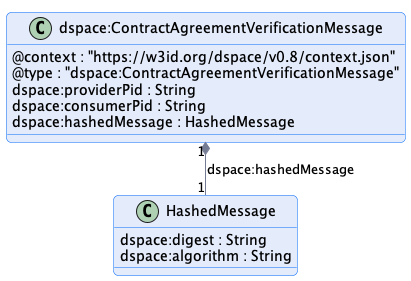
Earlier version of the PlantUML export negotiation/message/diagram/contract-agreement-message.png (International-Data-Spaces-Association/ids-specification).
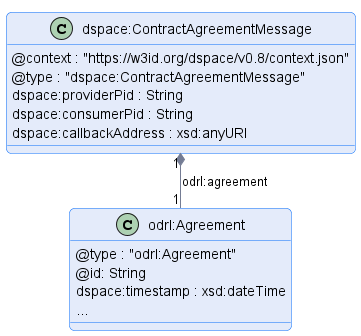
Later version of the same file.

Diff of the diagram source:
```diff
@@ -1,4 +1,4 @@
-@startuml "contract-agreement-verification-message"
+@startuml "contract-agreement-message"
 !pragma layout smetana
 
 !include ../../../common/style/diagram.styles.puml
@@ -6,19 +6,21 @@
 hide empty description
 
 
-class "dspace:ContractAgreementVerificationMessage" {
+class "dspace:ContractAgreementMessage" {
     @context : "https://w3id.org/dspace/v0.8/context.json"
-    @type : "dspace:ContractAgreementVerificationMessage"
+    @type : "dspace:ContractAgreementMessage"
     dspace:providerPid : String
     dspace:consumerPid : String
-    dspace:hashedMessage : HashedMessage
+    dspace:callbackAddress : xsd:anyURI
 }
 
-class HashedMessage {
-    dspace:digest : String
-    dspace:algorithm : String
+class odrl:Agreement {
+    @type : "odrl:Agreement"
+    @id: String
+    dspace:timestamp : xsd:dateTime
+    ...
 }
 
-"dspace:ContractAgreementVerificationMessage" "1" *-- "1" "HashedMessage" : "dspace:hashedMessage"
+"dspace:ContractAgreementMessage" "1" *-- "1" "odrl:Agreement" : "odrl:agreement"
 
 @enduml
```
